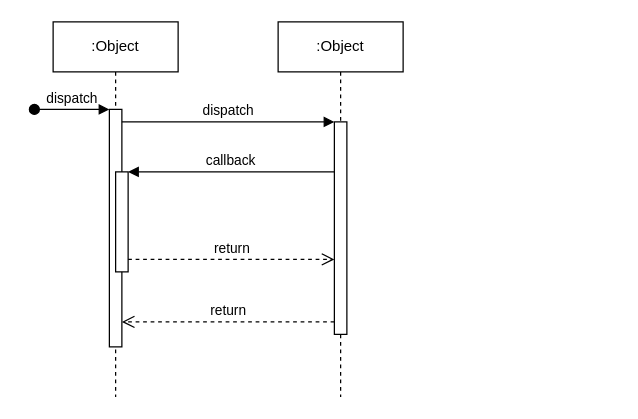
Above: transaction-processing-system.drawio in MariaVasquez/transactions-processing-system (draw.io), before the change. Source tidied: cells renumbered, new cells numbered last; positions are measured from the earlier drawing's top-left corner, leaving out a move shared by most shapes. Both pictures are drawn from the tidied source at 125%, with x=0, y=0 at pixel (34, 21).
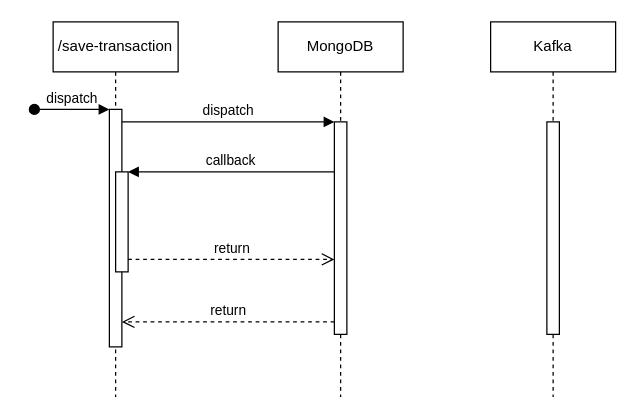
After the change.

What changed in the source:
```diff
@@
 <mxGraphModel>
   <root>
     <mxCell id="0" />
     <mxCell id="1" parent="0" />
-    <mxCell id="2" value=":Object" style="shape=umlLifeline;perimeter=lifelinePerimeter;whiteSpace=wrap;html=1;newEdgeStyle={&quot;edgeStyle&quot;:&quot;elbowEdgeStyle&quot;,&quot;elbow&quot;:&quot;vertical&quot;,&quot;curved&quot;:0,&quot;rounded&quot;:0};" parent="1" vertex="1">
+    <mxCell id="2" value="/save-transaction" style="shape=umlLifeline;perimeter=lifelinePerimeter;whiteSpace=wrap;html=1;newEdgeStyle={&quot;edgeStyle&quot;:&quot;elbowEdgeStyle&quot;,&quot;elbow&quot;:&quot;vertical&quot;,&quot;curved&quot;:0,&quot;rounded&quot;:0};" parent="1" vertex="1">
       <mxGeometry x="15" width="100" height="300" as="geometry" />
     </mxCell>
     <mxCell id="3" style="html=1;points=[];perimeter=orthogonalPerimeter;outlineConnect=0;targetShapes=umlLifeline;portConstraint=eastwest;newEdgeStyle={&quot;edgeStyle&quot;:&quot;elbowEdgeStyle&quot;,&quot;elbow&quot;:&quot;vertical&quot;,&quot;curved&quot;:0,&quot;rounded&quot;:0};" parent="2" vertex="1">
       <mxGeometry x="45" y="70" width="10" height="190" as="geometry" />
     </mxCell>
     <mxCell id="4" value="dispatch" style="html=1;verticalAlign=bottom;startArrow=oval;endArrow=block;startSize=8;edgeStyle=elbowEdgeStyle;elbow=vertical;curved=0;rounded=0;" parent="2" edge="1" target="3">
       <mxGeometry relative="1" as="geometry">
         <mxPoint x="-15" y="70" as="sourcePoint" />
       </mxGeometry>
     </mxCell>
     <mxCell id="5" style="html=1;points=[];perimeter=orthogonalPerimeter;outlineConnect=0;targetShapes=umlLifeline;portConstraint=eastwest;newEdgeStyle={&quot;edgeStyle&quot;:&quot;elbowEdgeStyle&quot;,&quot;elbow&quot;:&quot;vertical&quot;,&quot;curved&quot;:0,&quot;rounded&quot;:0};" parent="2" vertex="1">
       <mxGeometry x="50" y="120" width="10" height="80" as="geometry" />
     </mxCell>
-    <mxCell id="6" value=":Object" style="shape=umlLifeline;perimeter=lifelinePerimeter;whiteSpace=wrap;html=1;newEdgeStyle={&quot;edgeStyle&quot;:&quot;elbowEdgeStyle&quot;,&quot;elbow&quot;:&quot;vertical&quot;,&quot;curved&quot;:0,&quot;rounded&quot;:0};" parent="1" vertex="1">
+    <mxCell id="6" value="MongoDB" style="shape=umlLifeline;perimeter=lifelinePerimeter;whiteSpace=wrap;html=1;newEdgeStyle={&quot;edgeStyle&quot;:&quot;elbowEdgeStyle&quot;,&quot;elbow&quot;:&quot;vertical&quot;,&quot;curved&quot;:0,&quot;rounded&quot;:0};" parent="1" vertex="1">
       <mxGeometry x="195" width="100" height="300" as="geometry" />
     </mxCell>
     <mxCell id="7" style="html=1;points=[];perimeter=orthogonalPerimeter;outlineConnect=0;targetShapes=umlLifeline;portConstraint=eastwest;newEdgeStyle={&quot;edgeStyle&quot;:&quot;elbowEdgeStyle&quot;,&quot;elbow&quot;:&quot;vertical&quot;,&quot;curved&quot;:0,&quot;rounded&quot;:0};" parent="6" vertex="1">
       <mxGeometry x="45" y="80" width="10" height="170" as="geometry" />
     </mxCell>
     <mxCell id="8" value="dispatch" style="html=1;verticalAlign=bottom;endArrow=block;edgeStyle=elbowEdgeStyle;elbow=vertical;curved=0;rounded=0;" parent="1" edge="1" source="3" target="7">
       <mxGeometry relative="1" as="geometry">
         <Array as="points">
           <mxPoint x="155" y="80" />
         </Array>
       </mxGeometry>
     </mxCell>
     <mxCell id="9" value="return" style="html=1;verticalAlign=bottom;endArrow=open;dashed=1;endSize=8;edgeStyle=elbowEdgeStyle;elbow=vertical;curved=0;rounded=0;" parent="1" edge="1" source="7" target="3">
       <mxGeometry relative="1" as="geometry">
         <Array as="points">
           <mxPoint x="165" y="240" />
         </Array>
       </mxGeometry>
     </mxCell>
     <mxCell id="10" value="callback" style="html=1;verticalAlign=bottom;endArrow=block;edgeStyle=elbowEdgeStyle;elbow=vertical;curved=0;rounded=0;" parent="1" edge="1" source="7" target="5">
       <mxGeometry relative="1" as="geometry">
         <Array as="points">
           <mxPoint x="165" y="120" />
         </Array>
       </mxGeometry>
     </mxCell>
     <mxCell id="11" value="return" style="html=1;verticalAlign=bottom;endArrow=open;dashed=1;endSize=8;edgeStyle=elbowEdgeStyle;elbow=vertical;curved=0;rounded=0;" parent="1" edge="1" source="5" target="7">
       <mxGeometry relative="1" as="geometry">
         <Array as="points">
           <mxPoint x="155" y="190" />
         </Array>
       </mxGeometry>
     </mxCell>
+    <mxCell id="12" value="Kafka" style="shape=umlLifeline;perimeter=lifelinePerimeter;whiteSpace=wrap;html=1;newEdgeStyle={&quot;edgeStyle&quot;:&quot;elbowEdgeStyle&quot;,&quot;elbow&quot;:&quot;vertical&quot;,&quot;curved&quot;:0,&quot;rounded&quot;:0};" parent="1" vertex="1">
+      <mxGeometry x="365" width="100" height="300" as="geometry" />
+    </mxCell>
+    <mxCell id="13" style="html=1;perimeter=orthogonalPerimeter;targetShapes=umlLifeline;newEdgeStyle={&quot;edgeStyle&quot;:&quot;elbowEdgeStyle&quot;,&quot;elbow&quot;:&quot;vertical&quot;,&quot;curved&quot;:0,&quot;rounded&quot;:0};" parent="12" vertex="1">
+      <mxGeometry x="45" y="80" width="10" height="170" as="geometry" />
+    </mxCell>
   </root>
 </mxGraphModel>
```
